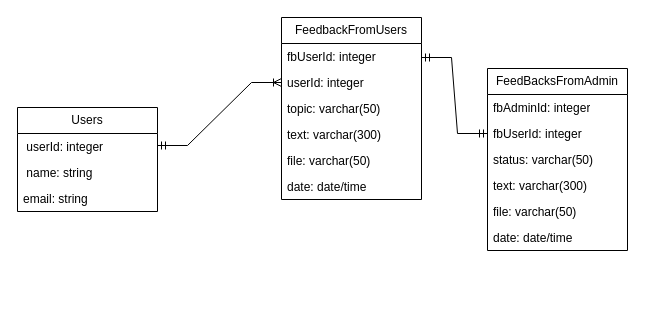
This is Диаграмма без названия.drawio from ElizaSitmukhanova/-food-site, a draw.io file, before an edit. Source tidied: cells renumbered, new cells numbered last; positions are measured from the earlier drawing's top-left corner, leaving out a move shared by most shapes. Both pictures are drawn from the tidied source at 100%, with x=0, y=0 at pixel (17, 17).
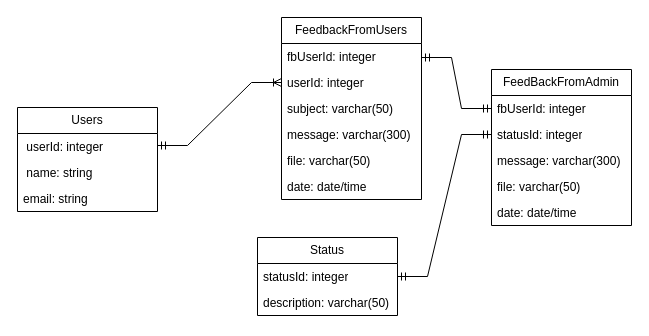
After the change.

The change refers to these unchanged cells:
```xml
<mxCell id="6" value="FeedbackFromUsers" style="swimlane;fontStyle=0;horizontal=1;startSize=26;fillColor=none;whiteSpace=wrap;html=1;" parent="1" vertex="1">
  <mxGeometry x="264" width="140" height="182" as="geometry" />
</mxCell>
```

What changed in the source:
```diff
@@
-    <mxCell id="9" value="topic: varchar(50)" style="text;strokeColor=none;fillColor=none;align=left;verticalAlign=top;spacingLeft=4;spacingRight=4;overflow=hidden;whiteSpace=wrap;html=1;" parent="6" vertex="1">
+    <mxCell id="9" value="subject: varchar(50)" style="text;strokeColor=none;fillColor=none;align=left;verticalAlign=top;spacingLeft=4;spacingRight=4;overflow=hidden;whiteSpace=wrap;html=1;" parent="6" vertex="1">
       <mxGeometry y="78" width="140" height="26" as="geometry" />
     </mxCell>
-    <mxCell id="10" value="text: varchar(300)" style="text;strokeColor=none;fillColor=none;align=left;verticalAlign=top;spacingLeft=4;spacingRight=4;overflow=hidden;whiteSpace=wrap;html=1;" parent="6" vertex="1">
+    <mxCell id="10" value="message: varchar(300)" style="text;strokeColor=none;fillColor=none;align=left;verticalAlign=top;spacingLeft=4;spacingRight=4;overflow=hidden;whiteSpace=wrap;html=1;" parent="6" vertex="1">
       <mxGeometry y="104" width="140" height="26" as="geometry" />
     </mxCell>
@@
-    <mxCell id="13" value="FeedBacksFromAdmin" style="swimlane;fontStyle=0;horizontal=1;startSize=26;fillColor=none;whiteSpace=wrap;html=1;" parent="1" vertex="1">
-      <mxGeometry x="470" y="51" width="140" height="182" as="geometry" />
+    <mxCell id="13" value="FeedBackFromAdmin" style="swimlane;fontStyle=0;horizontal=1;startSize=26;fillColor=none;whiteSpace=wrap;html=1;" parent="1" vertex="1">
+      <mxGeometry x="474" y="52" width="140" height="156" as="geometry" />
     </mxCell>
-    <mxCell id="14" value="fbAdminId: integer" style="text;strokeColor=none;fillColor=none;align=left;verticalAlign=top;spacingLeft=4;spacingRight=4;overflow=hidden;whiteSpace=wrap;html=1;" parent="13" vertex="1">
-      <mxGeometry y="26" width="140" height="26" as="geometry" />
-    </mxCell>
     <mxCell id="15" value="fbUserId: integer" style="text;strokeColor=none;fillColor=none;align=left;verticalAlign=top;spacingLeft=4;spacingRight=4;overflow=hidden;points=[[0,0.5],[1,0.5]];portConstraint=eastwest;whiteSpace=wrap;html=1;" parent="13" vertex="1">
-      <mxGeometry y="52" width="140" height="26" as="geometry" />
+      <mxGeometry y="26" width="140" height="26" as="geometry" />
     </mxCell>
-    <mxCell id="16" value="status: varchar(50)" style="text;strokeColor=none;fillColor=none;align=left;verticalAlign=top;spacingLeft=4;spacingRight=4;overflow=hidden;points=[[0,0.5],[1,0.5]];portConstraint=eastwest;whiteSpace=wrap;html=1;" parent="13" vertex="1">
-      <mxGeometry y="78" width="140" height="26" as="geometry" />
+    <mxCell id="16" value="statusId: integer" style="text;strokeColor=none;fillColor=none;align=left;verticalAlign=top;spacingLeft=4;spacingRight=4;overflow=hidden;points=[[0,0.5],[1,0.5]];portConstraint=eastwest;whiteSpace=wrap;html=1;" parent="13" vertex="1">
+      <mxGeometry y="52" width="140" height="26" as="geometry" />
     </mxCell>
-    <mxCell id="17" value="text: varchar(300)" style="text;strokeColor=none;fillColor=none;align=left;verticalAlign=top;spacingLeft=4;spacingRight=4;overflow=hidden;whiteSpace=wrap;html=1;" parent="13" vertex="1">
-      <mxGeometry y="104" width="140" height="26" as="geometry" />
+    <mxCell id="17" value="message: varchar(300)" style="text;strokeColor=none;fillColor=none;align=left;verticalAlign=top;spacingLeft=4;spacingRight=4;overflow=hidden;whiteSpace=wrap;html=1;" parent="13" vertex="1">
+      <mxGeometry y="78" width="140" height="26" as="geometry" />
     </mxCell>
     <mxCell id="18" value="file: varchar(50)" style="text;strokeColor=none;fillColor=none;align=left;verticalAlign=top;spacingLeft=4;spacingRight=4;overflow=hidden;whiteSpace=wrap;html=1;" parent="13" vertex="1">
-      <mxGeometry y="130" width="140" height="26" as="geometry" />
+      <mxGeometry y="104" width="140" height="26" as="geometry" />
     </mxCell>
     <mxCell id="19" value="date: date/time" style="text;strokeColor=none;fillColor=none;align=left;verticalAlign=top;spacingLeft=4;spacingRight=4;overflow=hidden;whiteSpace=wrap;html=1;" parent="13" vertex="1">
-      <mxGeometry y="156" width="140" height="26" as="geometry" />
+      <mxGeometry y="130" width="140" height="26" as="geometry" />
     </mxCell>
@@
+    <mxCell id="22" value="Status" style="swimlane;fontStyle=0;horizontal=1;startSize=26;fillColor=none;whiteSpace=wrap;html=1;" parent="1" vertex="1">
+      <mxGeometry x="240" y="220" width="140" height="78" as="geometry" />
+    </mxCell>
+    <mxCell id="23" value="statusId: integer" style="text;strokeColor=none;fillColor=none;align=left;verticalAlign=top;spacingLeft=4;spacingRight=4;overflow=hidden;points=[[0,0.5],[1,0.5]];portConstraint=eastwest;whiteSpace=wrap;html=1;" parent="22" vertex="1">
+      <mxGeometry y="26" width="140" height="26" as="geometry" />
+    </mxCell>
+    <mxCell id="24" value="description: varchar(50)" style="text;strokeColor=none;fillColor=none;align=left;verticalAlign=top;spacingLeft=4;spacingRight=4;overflow=hidden;whiteSpace=wrap;html=1;" parent="22" vertex="1">
+      <mxGeometry y="52" width="140" height="26" as="geometry" />
+    </mxCell>
+    <mxCell id="25" style="edgeStyle=entityRelationEdgeStyle;fontSize=12;html=1;endArrow=ERmandOne;startArrow=ERmandOne;rounded=0;entryX=0;entryY=0.5;entryDx=0;entryDy=0;exitX=1;exitY=0.5;exitDx=0;exitDy=0;" parent="1" edge="1" source="23" target="16">
+      <mxGeometry relative="1" as="geometry">
+        <Array as="points">
+          <mxPoint x="460" y="230" />
+        </Array>
+      </mxGeometry>
+    </mxCell>
```
